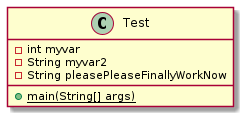
The PlantUML diagram docs/uml/test.png in andrewdimmer/csi-3370-software-project-config-test, before a commit. Its diagram source:
```plantuml
@startuml test

class Test {
    - int myvar
    - String myvar2
    - String pleasePleaseFinallyWorkNow
    {static} + main(String[] args)
}

@enduml
```
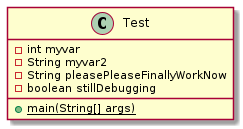
After the commit.

What changed in the source:
```diff
@@ -4,6 +4,7 @@
     - int myvar
     - String myvar2
     - String pleasePleaseFinallyWorkNow
+    - boolean stillDebugging
     {static} + main(String[] args)
 }
 
```
